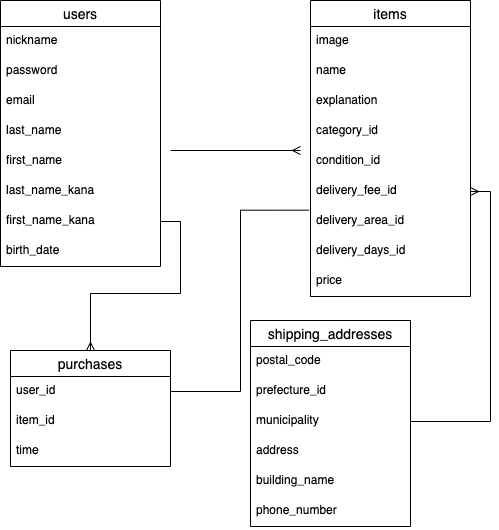
Earlier version of the draw.io export furima.drawio.png (dk-frkw/furima-32100). Source tidied: cells renumbered, new cells last; positions are measured from the earlier drawing's top-left corner, leaving out a move shared by most shapes.
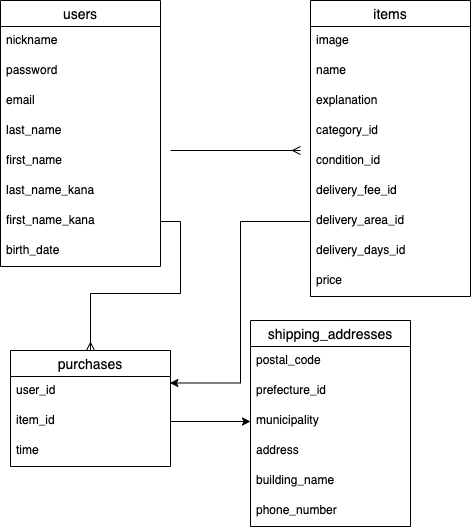
After the change.

Commit message:
ER図とデータベース設計（修正２

The edit, as a diff of the source:
```diff
@@ -98,14 +98,14 @@
     <mxCell id="32" value="time" style="text;strokeColor=none;fillColor=none;spacingLeft=4;spacingRight=4;overflow=hidden;fontSize=12;" parent="29" vertex="1">
       <mxGeometry y="86" width="160" height="30" as="geometry" />
     </mxCell>
-    <mxCell id="33" style="edgeStyle=orthogonalEdgeStyle;rounded=0;jettySize=auto;html=1;exitX=1;exitY=0.5;exitDx=0;exitDy=0;entryX=1;entryY=0.5;entryDx=0;entryDy=0;endArrow=ERmany;endFill=0;" parent="1" edge="1" source="25" target="17">
-      <mxGeometry relative="1" as="geometry" />
-    </mxCell>
-    <mxCell id="34" style="edgeStyle=orthogonalEdgeStyle;rounded=0;jettySize=auto;html=1;exitX=1;exitY=0.5;exitDx=0;exitDy=0;entryX=-0.009;entryY=0.122;entryDx=0;entryDy=0;entryPerimeter=0;endArrow=none;endFill=0;" parent="1" edge="1" source="30" target="18">
-      <mxGeometry relative="1" as="geometry" />
-    </mxCell>
     <mxCell id="35" style="edgeStyle=orthogonalEdgeStyle;rounded=0;jettySize=auto;html=1;exitX=1;exitY=0.5;exitDx=0;exitDy=0;entryX=0.5;entryY=0;entryDx=0;entryDy=0;endArrow=ERmany;endFill=0;" parent="1" edge="1" source="9" target="29">
       <mxGeometry relative="1" as="geometry" />
     </mxCell>
+    <mxCell id="36" style="edgeStyle=orthogonalEdgeStyle;rounded=0;jettySize=auto;html=1;exitX=1;exitY=0.5;exitDx=0;exitDy=0;entryX=0;entryY=0.5;entryDx=0;entryDy=0;endArrow=classic;endFill=1;" parent="1" edge="1" source="31" target="25">
+      <mxGeometry relative="1" as="geometry" />
+    </mxCell>
+    <mxCell id="37" style="edgeStyle=orthogonalEdgeStyle;rounded=0;jettySize=auto;html=1;exitX=0;exitY=0.5;exitDx=0;exitDy=0;entryX=0.996;entryY=0.217;entryDx=0;entryDy=0;entryPerimeter=0;endArrow=classic;endFill=1;" parent="1" edge="1" source="18" target="30">
+      <mxGeometry relative="1" as="geometry" />
+    </mxCell>
   </root>
 </mxGraphModel>
```
